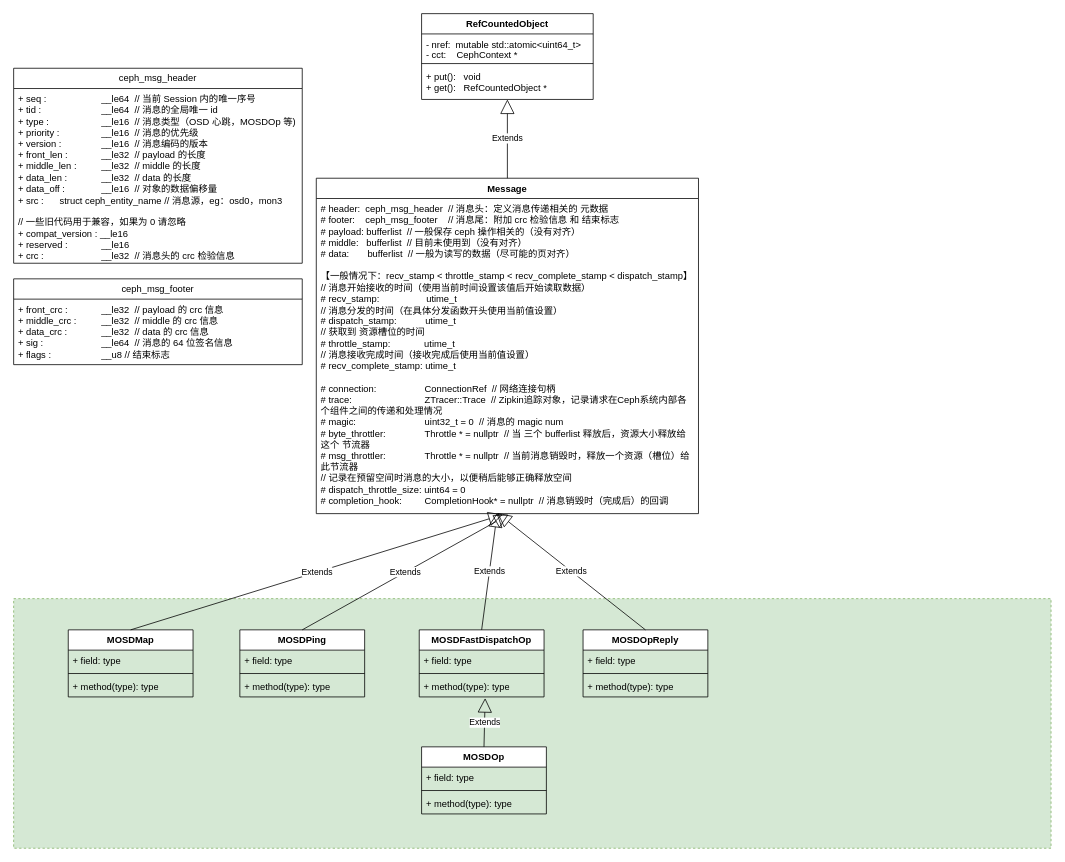
This is Message.drawio from 1253757553/drawIO, a draw.io file, before an edit. Source tidied: cells renumbered, new cells numbered last; positions are measured from the earlier drawing's top-left corner, leaving out a move shared by most shapes. Both pictures are drawn from the tidied source at 78%, with x=0, y=0 at pixel (13, 13).
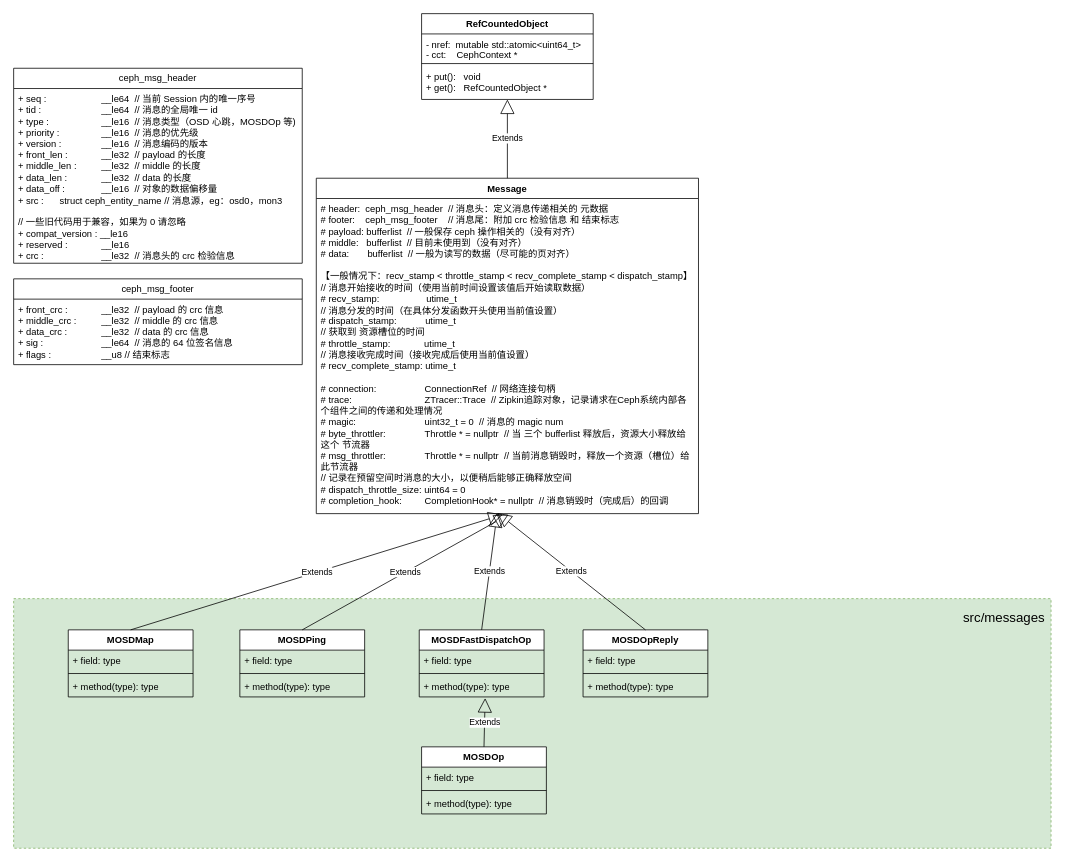
Above is the later version.

Change to the diagram source:
```diff
@@
+    <mxCell id="39" value="&lt;font style=&quot;font-size: 17px;&quot;&gt;src/messages&lt;/font&gt;" style="text;html=1;align=center;verticalAlign=middle;whiteSpace=wrap;rounded=0;" parent="1" vertex="1">
+      <mxGeometry x="1240" y="760" width="60" height="30" as="geometry" />
+    </mxCell>
```
